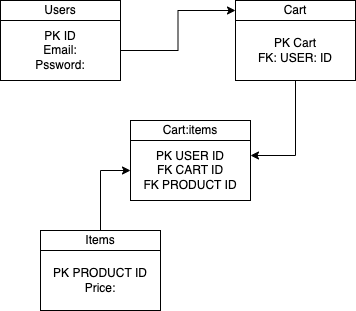
Before: imgs/Untitled.drawio.png, a diagram exported from draw.io (jaronw1/project-2). Source tidied: cells renumbered, new cells last; positions are measured from the earlier drawing's top-left corner, leaving out a move shared by most shapes.
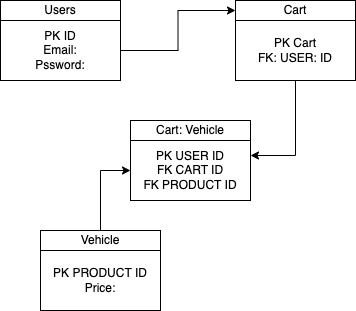
Above is the later version.

The edit, as a diff of the source:
```diff
@@ -23,13 +23,13 @@
     <mxCell id="8" value="PK Cart&lt;br&gt;FK: USER: ID" style="rounded=0;whiteSpace=wrap;html=1;" parent="1" vertex="1">
       <mxGeometry x="235" y="20" width="120" height="60" as="geometry" />
     </mxCell>
-    <mxCell id="9" value="Cart:items" style="rounded=0;whiteSpace=wrap;html=1;" parent="1" vertex="1">
+    <mxCell id="9" value="Cart: Vehicle" style="rounded=0;whiteSpace=wrap;html=1;" parent="1" vertex="1">
       <mxGeometry x="130" y="120" width="120" height="20" as="geometry" />
     </mxCell>
     <mxCell id="10" style="edgeStyle=orthogonalEdgeStyle;rounded=0;jettySize=auto;html=1;entryX=0;entryY=0.5;entryDx=0;entryDy=0;" parent="1" edge="1" source="11" target="6">
       <mxGeometry relative="1" as="geometry" />
     </mxCell>
-    <mxCell id="11" value="Items" style="rounded=0;whiteSpace=wrap;html=1;" parent="1" vertex="1">
+    <mxCell id="11" value="Vehicle" style="rounded=0;whiteSpace=wrap;html=1;" parent="1" vertex="1">
       <mxGeometry x="40" y="230" width="120" height="20" as="geometry" />
     </mxCell>
     <mxCell id="12" value="PK PRODUCT ID&lt;br&gt;Price:" style="rounded=0;whiteSpace=wrap;html=1;" parent="1" vertex="1">
```
